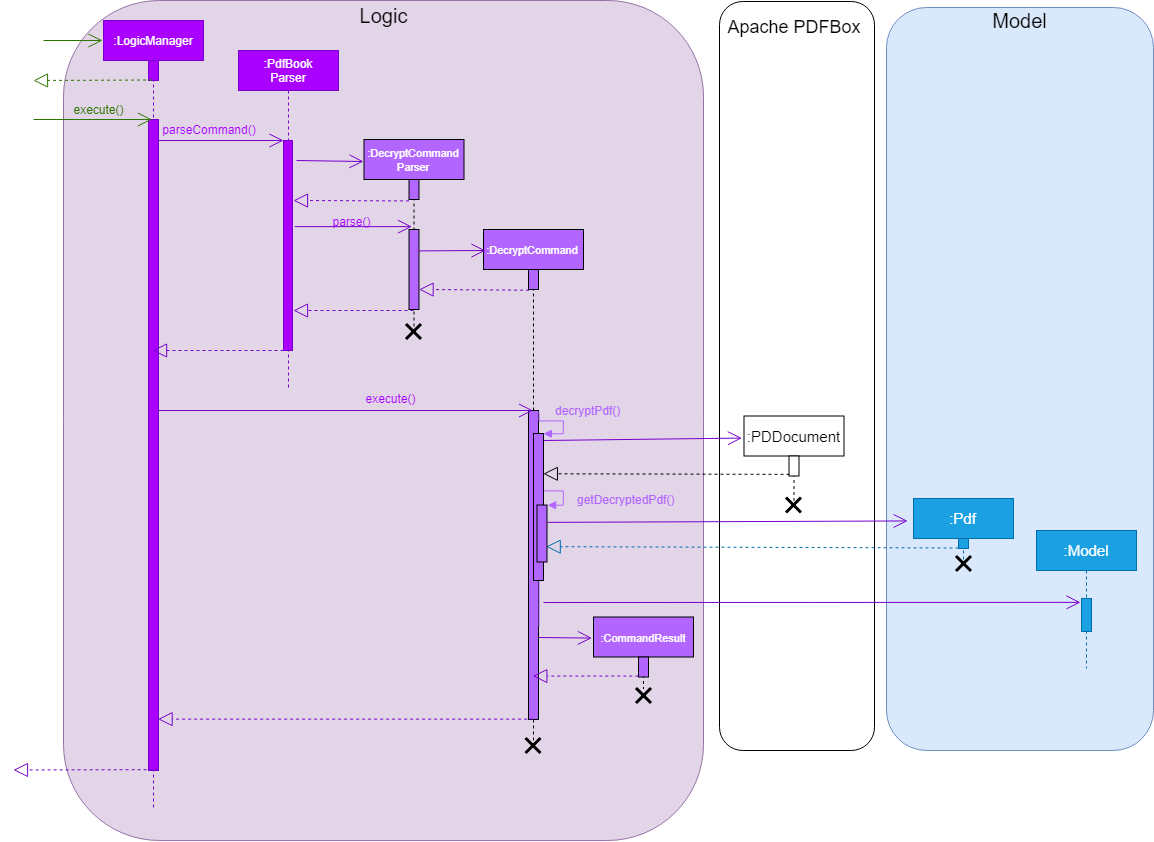
Above: docs/images/DecryptCommandSequenceDiagram.png in nus-cs2103-AY1819S2/addressbook-level4 (draw.io), before the change. Source tidied: cells renumbered, new cells last; positions are measured from the earlier drawing's top-left corner, leaving out a move shared by most shapes.
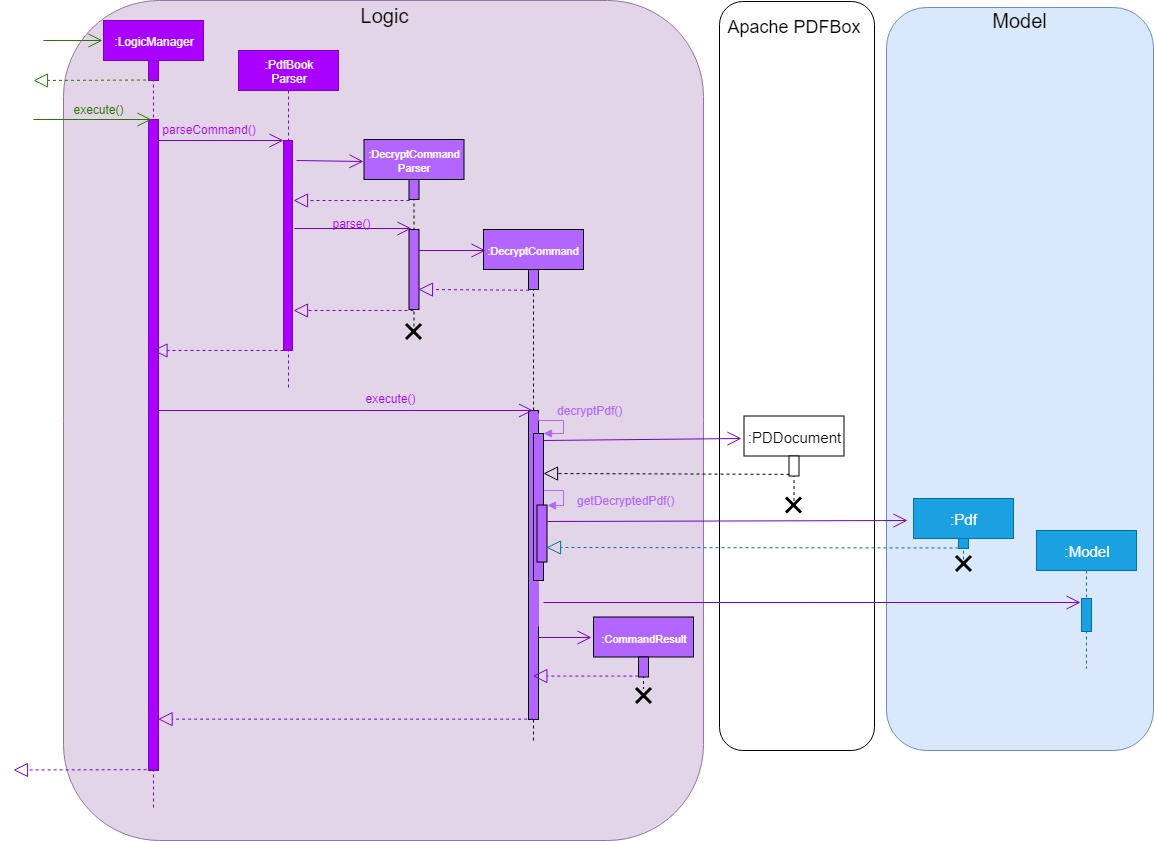
The same file after the commit.

Diff of the diagram source:
```diff
@@ -67,7 +67,7 @@
       <mxGeometry relative="1" as="geometry" />
     </mxCell>
     <mxCell id="20" value="parse()" style="text;html=1;strokeColor=none;fillColor=none;align=center;verticalAlign=middle;whiteSpace=wrap;rounded=0;fontSize=12;fontColor=#AA00FF;labelBackgroundColor=none;" parent="1" vertex="1">
-      <mxGeometry x="277" y="211" width="121" height="20" as="geometry" />
+      <mxGeometry x="277" y="213" width="121" height="20" as="geometry" />
     </mxCell>
     <mxCell id="21" value="&lt;font style=&quot;font-size: 11px&quot;&gt;&lt;font color=&quot;#ffffff&quot;&gt;:DecryptCommand&lt;/font&gt;&lt;br&gt;&lt;/font&gt;" style="shape=umlLifeline;perimeter=lifelinePerimeter;whiteSpace=wrap;html=1;outlineConnect=0;fillColor=#B266FF;" parent="1" vertex="1">
       <mxGeometry x="470" y="229" width="100" height="511" as="geometry" />
@@ -230,9 +230,6 @@
         <mxPoint x="144.6" y="718.6" as="targetPoint" />
       </mxGeometry>
     </mxCell>
-    <mxCell id="59" style="shape=umlDestroy;whiteSpace=wrap;html=1;strokeWidth=3;fillColor=#B266FF;fontSize=20;" parent="1" vertex="1">
-      <mxGeometry x="512" y="737.5" width="15" height="15" as="geometry" />
-    </mxCell>
     <mxCell id="60" style="endArrow=block;dashed=1;endFill=0;endSize=12;html=1;fontSize=20;fillColor=#aa00ff;strokeColor=#7700CC;exitX=0.435;exitY=0.753;exitDx=0;exitDy=0;exitPerimeter=0;" parent="1" edge="1">
       <mxGeometry relative="1" as="geometry">
         <mxPoint x="145.1" y="769.1" as="sourcePoint" />
```
